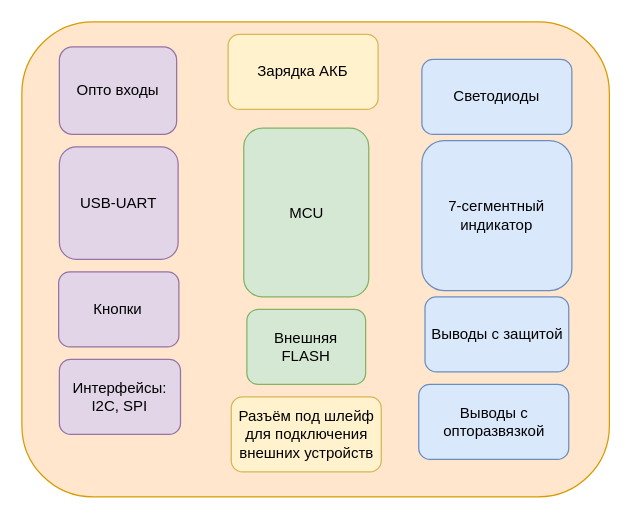
Earlier version of the draw.io diagram docs/prj_architecture.drawio (TakitaNirasa/mcuDebugBoard). Source tidied: cells renumbered, new cells numbered last; positions are measured from the earlier drawing's top-left corner, leaving out a move shared by most shapes. Both pictures are drawn from the tidied source at 125%, with x=0, y=0 at pixel (21, 21).
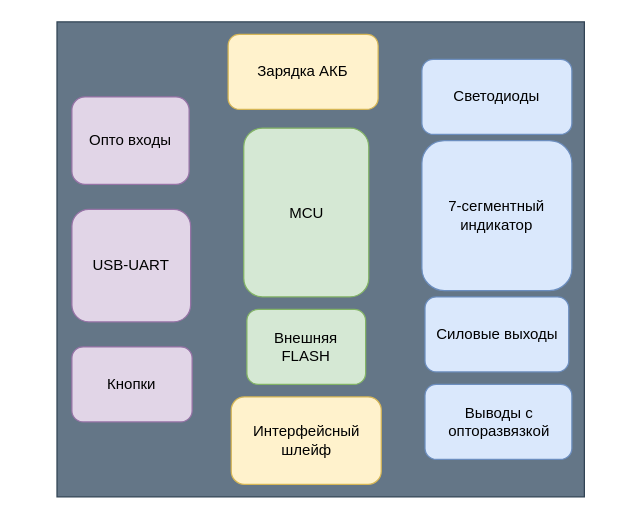
Above is the later version.

Commit message (it also covers changes not shown here):
Добавлены некоторые компоненты на плату

What changed in the source:
```diff
@@
 <mxGraphModel>
   <root>
     <mxCell id="0" />
     <mxCell id="1" parent="0" />
-    <mxCell id="2" style="rounded=1;whiteSpace=wrap;html=1;fillColor=#ffe6cc;strokeColor=#d79b00;" parent="1" vertex="1">
-      <mxGeometry width="470" height="380" as="geometry" />
-    </mxCell>
+    <mxCell id="15" style="rounded=0;whiteSpace=wrap;html=1;fillColor=#647687;fontColor=#ffffff;strokeColor=#314354;" parent="1" vertex="1">
+      <mxGeometry x="28.1" width="421.9" height="380" as="geometry" />
+    </mxCell>
     <mxCell id="3" value="MCU" style="rounded=1;whiteSpace=wrap;html=1;fillColor=#d5e8d4;strokeColor=#82b366;" parent="1" vertex="1">
       <mxGeometry x="177.5" y="85" width="100" height="135" as="geometry" />
     </mxCell>
     <mxCell id="4" value="USB-UART" style="rounded=1;whiteSpace=wrap;html=1;fillColor=#e1d5e7;strokeColor=#9673a6;" parent="1" vertex="1">
-      <mxGeometry x="30" y="100" width="95" height="90" as="geometry" />
+      <mxGeometry x="40" y="150" width="95" height="90" as="geometry" />
     </mxCell>
     <mxCell id="5" value="Зарядка АКБ" style="rounded=1;whiteSpace=wrap;html=1;fillColor=#fff2cc;strokeColor=#d6b656;" parent="1" vertex="1">
       <mxGeometry x="165" y="10" width="120" height="60" as="geometry" />
     </mxCell>
     <mxCell id="6" value="7-сегментный индикатор" style="rounded=1;whiteSpace=wrap;html=1;fillColor=#dae8fc;strokeColor=#6c8ebf;" parent="1" vertex="1">
       <mxGeometry x="320" y="95" width="120" height="120" as="geometry" />
     </mxCell>
     <mxCell id="7" value="Светодиоды" style="rounded=1;whiteSpace=wrap;html=1;fillColor=#dae8fc;strokeColor=#6c8ebf;" parent="1" vertex="1">
       <mxGeometry x="320" y="30" width="120" height="60" as="geometry" />
     </mxCell>
-    <mxCell id="8" value="Выводы с защитой" style="rounded=1;whiteSpace=wrap;html=1;fillColor=#dae8fc;strokeColor=#6c8ebf;" parent="1" vertex="1">
+    <mxCell id="8" value="Силовые выходы" style="rounded=1;whiteSpace=wrap;html=1;fillColor=#dae8fc;strokeColor=#6c8ebf;" parent="1" vertex="1">
       <mxGeometry x="322.5" y="220" width="115" height="60" as="geometry" />
     </mxCell>
     <mxCell id="9" value="Выводы с опторазвязкой" style="rounded=1;whiteSpace=wrap;html=1;fillColor=#dae8fc;strokeColor=#6c8ebf;" parent="1" vertex="1">
-      <mxGeometry x="317.5" y="290" width="120" height="60" as="geometry" />
+      <mxGeometry x="322.5" y="290" width="117.5" height="60" as="geometry" />
     </mxCell>
     <mxCell id="10" value="Кнопки" style="rounded=1;whiteSpace=wrap;html=1;fillColor=#e1d5e7;strokeColor=#9673a6;" parent="1" vertex="1">
-      <mxGeometry x="29.4" y="200" width="96.2" height="60" as="geometry" />
+      <mxGeometry x="40" y="260" width="96.2" height="60" as="geometry" />
     </mxCell>
     <mxCell id="11" value="Опто входы" style="rounded=1;whiteSpace=wrap;html=1;fillColor=#e1d5e7;strokeColor=#9673a6;" parent="1" vertex="1">
-      <mxGeometry x="30" y="20" width="93.8" height="70" as="geometry" />
+      <mxGeometry x="40" y="60" width="93.8" height="70" as="geometry" />
     </mxCell>
     <mxCell id="12" value="Внешняя &lt;br&gt;FLASH" style="rounded=1;whiteSpace=wrap;html=1;fillColor=#d5e8d4;strokeColor=#82b366;" parent="1" vertex="1">
       <mxGeometry x="180" y="230" width="95" height="60" as="geometry" />
     </mxCell>
-    <mxCell id="13" value="Интерфейсы:&lt;br&gt;I2C, SPI" style="rounded=1;whiteSpace=wrap;html=1;fillColor=#e1d5e7;strokeColor=#9673a6;" parent="1" vertex="1">
-      <mxGeometry x="30" y="270" width="96.9" height="60" as="geometry" />
-    </mxCell>
-    <mxCell id="14" value="Разъём под шлейф&lt;br&gt;для подключения внешних устройств" style="rounded=1;whiteSpace=wrap;html=1;fillColor=#fff2cc;strokeColor=#d6b656;" parent="1" vertex="1">
-      <mxGeometry x="167.5" y="300" width="120" height="60" as="geometry" />
+    <mxCell id="14" value="Интерфейсный шлейф" style="rounded=1;whiteSpace=wrap;html=1;fillColor=#fff2cc;strokeColor=#d6b656;" parent="1" vertex="1">
+      <mxGeometry x="167.5" y="300" width="120" height="70" as="geometry" />
     </mxCell>
   </root>
 </mxGraphModel>
```
